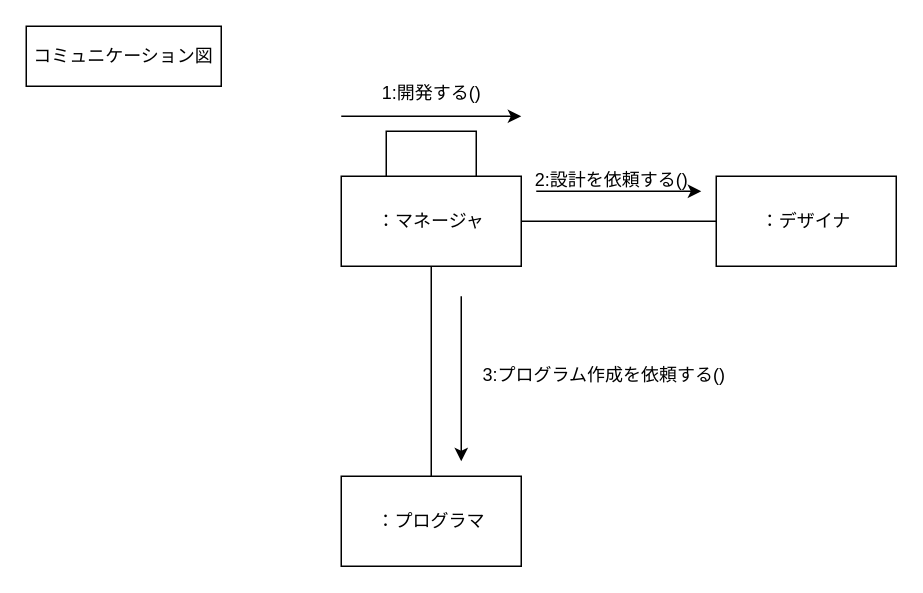
hirutashougo/UML_introduction keeps this draw.io diagram as lesson6/6-2.drawio. Above is the earlier version. Source tidied: cells renumbered, new cells numbered last; positions are measured from the earlier drawing's top-left corner, leaving out a move shared by most shapes. Both pictures are drawn from the tidied source at 150%, with x=0, y=0 at pixel (26, 26).
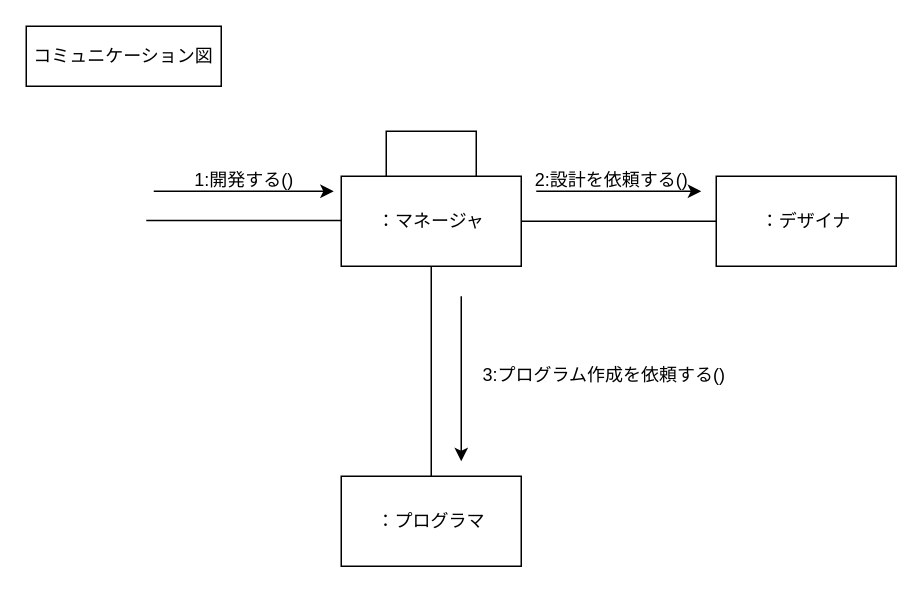
The same diagram, later.

Change to the diagram source:
```diff
@@
 <mxGraphModel>
   <root>
     <mxCell id="0" />
     <mxCell id="1" parent="0" />
     <mxCell id="2" value="：マネージャ" style="rounded=0;whiteSpace=wrap;html=1;" parent="1" vertex="1">
       <mxGeometry x="210" y="100" width="120" height="60" as="geometry" />
     </mxCell>
     <mxCell id="3" style="rounded=0;whiteSpace=wrap;html=1;" parent="1" vertex="1">
       <mxGeometry x="240" y="70" width="60" height="30" as="geometry" />
     </mxCell>
     <mxCell id="4" value="：デザイナ" style="rounded=0;whiteSpace=wrap;html=1;" parent="1" vertex="1">
       <mxGeometry x="460" y="100" width="120" height="60" as="geometry" />
     </mxCell>
     <mxCell id="5" value="：プログラマ" style="rounded=0;whiteSpace=wrap;html=1;" parent="1" vertex="1">
       <mxGeometry x="210" y="300" width="120" height="60" as="geometry" />
     </mxCell>
     <mxCell id="6" style="endArrow=none;html=1;rounded=0;exitX=1;exitY=0.5;exitDx=0;exitDy=0;entryX=0;entryY=0.5;entryDx=0;entryDy=0;" parent="1" edge="1" source="2" target="4">
       <mxGeometry relative="1" as="geometry" />
     </mxCell>
     <mxCell id="7" style="endArrow=none;html=1;rounded=0;exitX=0.5;exitY=1;exitDx=0;exitDy=0;entryX=0.5;entryY=0;entryDx=0;entryDy=0;" parent="1" edge="1" source="2" target="5">
       <mxGeometry relative="1" as="geometry" />
     </mxCell>
     <mxCell id="8" style="endArrow=classic;html=1;rounded=0;" parent="1" edge="1">
       <mxGeometry relative="1" as="geometry">
         <mxPoint x="340" y="110" as="sourcePoint" />
         <mxPoint x="450" y="110" as="targetPoint" />
       </mxGeometry>
     </mxCell>
     <mxCell id="9" value="2:設計を依頼する()" style="text;html=1;align=center;verticalAlign=middle;strokeColor=none;fillColor=none;" parent="1" vertex="1">
       <mxGeometry x="325" y="88" width="130" height="30" as="geometry" />
     </mxCell>
     <mxCell id="10" style="endArrow=classic;html=1;rounded=0;" parent="1" edge="1">
       <mxGeometry relative="1" as="geometry">
         <mxPoint x="290" y="180" as="sourcePoint" />
         <mxPoint x="290" y="290" as="targetPoint" />
       </mxGeometry>
     </mxCell>
     <mxCell id="11" value="3:プログラム作成を依頼する()" style="text;html=1;align=center;verticalAlign=middle;strokeColor=none;fillColor=none;" parent="1" vertex="1">
       <mxGeometry x="290" y="218" width="190" height="30" as="geometry" />
     </mxCell>
     <mxCell id="12" value="コミュニケーション図" style="rounded=0;whiteSpace=wrap;html=1;" parent="1" vertex="1">
       <mxGeometry width="130" height="40" as="geometry" />
     </mxCell>
-    <mxCell id="13" style="endArrow=classic;html=1;rounded=0;" parent="1" edge="1">
-      <mxGeometry relative="1" as="geometry">
-        <mxPoint x="210" y="60" as="sourcePoint" />
-        <mxPoint x="330" y="60" as="targetPoint" />
-      </mxGeometry>
-    </mxCell>
+    <mxCell id="15" style="endArrow=none;html=1;rounded=0;exitX=1;exitY=0.5;exitDx=0;exitDy=0;entryX=0;entryY=0.5;entryDx=0;entryDy=0;" parent="1" edge="1">
+      <mxGeometry relative="1" as="geometry">
+        <mxPoint x="80" y="129.5" as="sourcePoint" />
+        <mxPoint x="210" y="129.5" as="targetPoint" />
+      </mxGeometry>
+    </mxCell>
     <mxCell id="14" value="1:開発する()" style="text;html=1;align=center;verticalAlign=middle;strokeColor=none;fillColor=none;" parent="1" vertex="1">
-      <mxGeometry x="225" y="30" width="90" height="30" as="geometry" />
+      <mxGeometry x="100" y="88" width="90" height="30" as="geometry" />
     </mxCell>
+    <mxCell id="16" style="endArrow=classic;html=1;rounded=0;" parent="1" edge="1">
+      <mxGeometry relative="1" as="geometry">
+        <mxPoint x="85" y="110" as="sourcePoint" />
+        <mxPoint x="205" y="110" as="targetPoint" />
+      </mxGeometry>
+    </mxCell>
   </root>
 </mxGraphModel>
```
